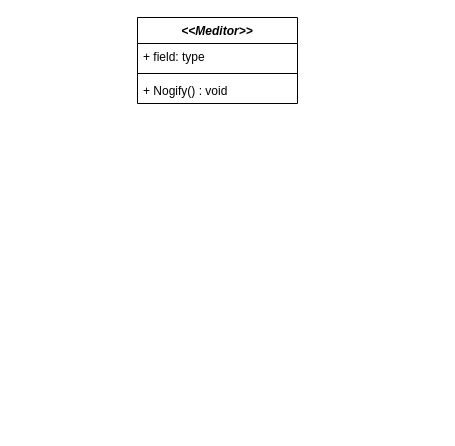
QAQSly/QAQSly keeps this draw.io diagram as Mediator.drawio. Above is the earlier version. Source tidied: cells renumbered, new cells numbered last; positions are measured from the earlier drawing's top-left corner, leaving out a move shared by most shapes. Both pictures are drawn from the tidied source at 100%, with x=0, y=0 at pixel (137, 17).
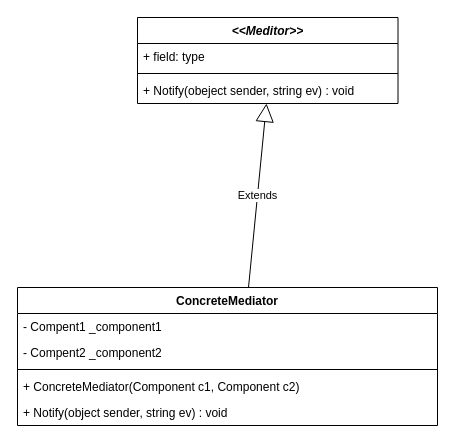
The same page after the edit.

The edit, as a diff of the source:
```diff
@@
 <mxGraphModel>
   <root>
     <mxCell id="0" />
     <mxCell id="1" parent="0" />
     <mxCell id="2" value="&lt;i&gt;&amp;lt;&amp;lt;Meditor&amp;gt;&amp;gt;&lt;/i&gt;" style="swimlane;fontStyle=1;align=center;verticalAlign=top;horizontal=1;startSize=26;whiteSpace=wrap;html=1;" parent="1" vertex="1">
-      <mxGeometry width="160" height="86" as="geometry" />
+      <mxGeometry width="260.5" height="86" as="geometry" />
     </mxCell>
     <mxCell id="3" value="+ field: type" style="text;strokeColor=none;fillColor=none;align=left;verticalAlign=top;spacingLeft=4;spacingRight=4;overflow=hidden;whiteSpace=wrap;html=1;" parent="2" vertex="1">
-      <mxGeometry y="26" width="160" height="26" as="geometry" />
+      <mxGeometry y="26" width="260.5" height="26" as="geometry" />
     </mxCell>
     <mxCell id="4" style="line;strokeWidth=1;fillColor=none;align=left;verticalAlign=middle;spacingTop=-1;spacingLeft=3;spacingRight=3;labelPosition=right;strokeColor=inherit;" parent="2" vertex="1">
-      <mxGeometry y="52" width="160" height="8" as="geometry" />
+      <mxGeometry y="52" width="260.5" height="8" as="geometry" />
     </mxCell>
-    <mxCell id="5" value="+ Nogify() : void" style="text;strokeColor=none;fillColor=none;align=left;verticalAlign=top;spacingLeft=4;spacingRight=4;overflow=hidden;points=[[0,0.5],[1,0.5]];portConstraint=eastwest;whiteSpace=wrap;html=1;" parent="2" vertex="1">
-      <mxGeometry y="60" width="160" height="26" as="geometry" />
+    <mxCell id="5" value="+ Notify(obeject sender, string ev) : void" style="text;strokeColor=none;fillColor=none;align=left;verticalAlign=top;spacingLeft=4;spacingRight=4;overflow=hidden;points=[[0,0.5],[1,0.5]];portConstraint=eastwest;whiteSpace=wrap;html=1;" parent="2" vertex="1">
+      <mxGeometry y="60" width="260.5" height="26" as="geometry" />
     </mxCell>
+    <mxCell id="6" value="ConcreteMediator" style="swimlane;fontStyle=1;align=center;verticalAlign=top;horizontal=1;startSize=26;whiteSpace=wrap;html=1;" parent="1" vertex="1">
+      <mxGeometry x="-120" y="270" width="420" height="138" as="geometry" />
+    </mxCell>
+    <mxCell id="7" value="- Compent1 _component1&lt;div&gt;&lt;br&gt;&lt;/div&gt;&lt;div&gt;&lt;br&gt;&lt;/div&gt;" style="text;strokeColor=none;fillColor=none;align=left;verticalAlign=top;spacingLeft=4;spacingRight=4;overflow=hidden;whiteSpace=wrap;html=1;" parent="6" vertex="1">
+      <mxGeometry y="26" width="420" height="26" as="geometry" />
+    </mxCell>
+    <mxCell id="8" value="- Compent2 _component2" style="text;strokeColor=none;fillColor=none;align=left;verticalAlign=top;spacingLeft=4;spacingRight=4;overflow=hidden;whiteSpace=wrap;html=1;" parent="6" vertex="1">
+      <mxGeometry y="52" width="420" height="26" as="geometry" />
+    </mxCell>
+    <mxCell id="9" style="line;strokeWidth=1;fillColor=none;align=left;verticalAlign=middle;spacingTop=-1;spacingLeft=3;spacingRight=3;labelPosition=right;strokeColor=inherit;" parent="6" vertex="1">
+      <mxGeometry y="78" width="420" height="8" as="geometry" />
+    </mxCell>
+    <mxCell id="10" value="+ ConcreteMediator(Component c1, Component c2)" style="text;strokeColor=none;fillColor=none;align=left;verticalAlign=top;spacingLeft=4;spacingRight=4;overflow=hidden;whiteSpace=wrap;html=1;" parent="6" vertex="1">
+      <mxGeometry y="86" width="420" height="26" as="geometry" />
+    </mxCell>
+    <mxCell id="11" value="+ Notify(object sender, string ev) : void" style="text;strokeColor=none;fillColor=none;align=left;verticalAlign=top;spacingLeft=4;spacingRight=4;overflow=hidden;whiteSpace=wrap;html=1;" parent="6" vertex="1">
+      <mxGeometry y="112" width="420" height="26" as="geometry" />
+    </mxCell>
+    <mxCell id="12" value="Extends" style="endArrow=block;endSize=16;endFill=0;html=1;rounded=0;exitX=0.55;exitY=0;exitDx=0;exitDy=0;exitPerimeter=0;" parent="1" edge="1" source="6" target="5">
+      <mxGeometry relative="1" as="geometry" />
+    </mxCell>
   </root>
 </mxGraphModel>
```
